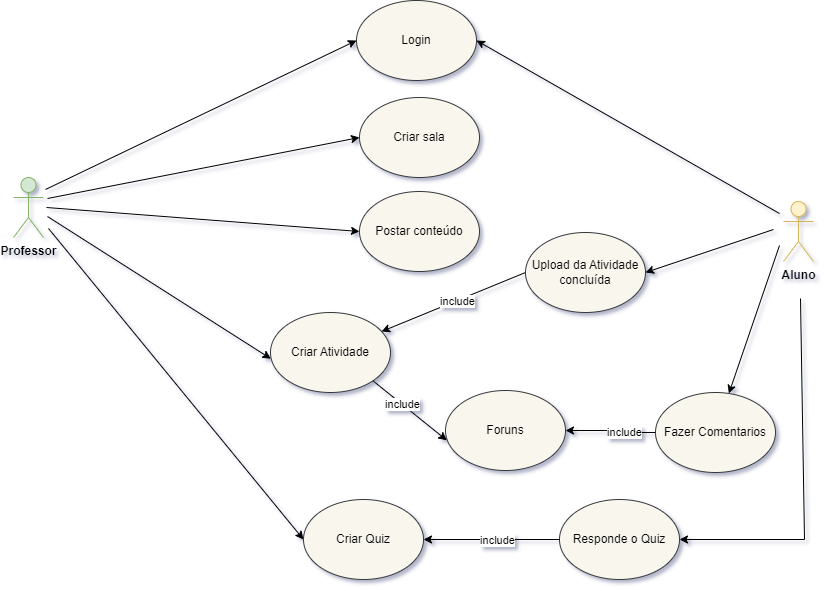
This is doc/diagramas/casos-de-uso/user-case.drawio.png from Alicia-Miranda/MasterClass, a draw.io export, as it was before one commit. Source tidied: cells renumbered, new cells last; positions are measured from the earlier drawing's top-left corner, leaving out a move shared by most shapes.
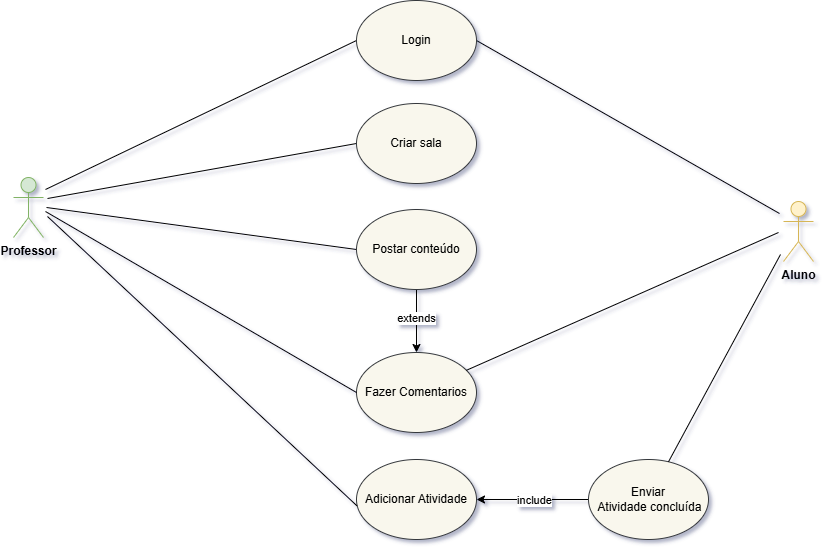
After the change.

The edit, as a diff of the source:
```diff
@@ -2,110 +2,84 @@
   <root>
     <mxCell id="0" />
     <mxCell id="1" parent="0" />
-    <mxCell id="2" style="rounded=0;jettySize=auto;html=1;entryX=0;entryY=0.5;entryDx=0;entryDy=0;textShadow=0;" parent="1" edge="1" target="9">
-      <mxGeometry relative="1" as="geometry">
-        <mxPoint x="32" y="189" as="sourcePoint" />
-      </mxGeometry>
+    <mxCell id="2" style="group;" parent="1" vertex="1">
+      <mxGeometry x="1185" y="814" width="800" height="539" as="geometry" />
     </mxCell>
-    <mxCell id="3" style="rounded=0;jettySize=auto;html=1;entryX=0;entryY=0.5;entryDx=0;entryDy=0;textShadow=0;" parent="1" edge="1" target="10">
+    <mxCell id="3" style="rounded=0;jettySize=auto;html=1;entryX=0;entryY=0.5;entryDx=0;entryDy=0;textShadow=0;endArrow=none;endFill=0;" parent="2" edge="1" target="9">
       <mxGeometry relative="1" as="geometry">
-        <mxPoint x="34" y="198" as="sourcePoint" />
+        <mxPoint x="32" y="189" as="sourcePoint" />
       </mxGeometry>
     </mxCell>
-    <mxCell id="4" style="rounded=0;jettySize=auto;html=1;entryX=0;entryY=0.5;entryDx=0;entryDy=0;textShadow=0;" parent="1" edge="1" target="11">
+    <mxCell id="4" style="rounded=0;jettySize=auto;html=1;entryX=0;entryY=0.5;entryDx=0;entryDy=0;textShadow=0;endArrow=none;endFill=0;" parent="2" edge="1" target="10">
       <mxGeometry relative="1" as="geometry">
-        <mxPoint x="33" y="207" as="sourcePoint" />
+        <mxPoint x="34" y="198" as="sourcePoint" />
       </mxGeometry>
     </mxCell>
-    <mxCell id="5" style="rounded=0;jettySize=auto;html=1;entryX=0;entryY=0.5;entryDx=0;entryDy=0;textShadow=0;" parent="1" edge="1" target="17">
+    <mxCell id="5" style="rounded=0;jettySize=auto;html=1;entryX=0;entryY=0.5;entryDx=0;entryDy=0;textShadow=0;endArrow=none;endFill=0;" parent="2" edge="1" target="13">
       <mxGeometry relative="1" as="geometry">
-        <mxPoint x="35" y="228" as="sourcePoint" />
+        <mxPoint x="33" y="207" as="sourcePoint" />
       </mxGeometry>
     </mxCell>
-    <mxCell id="6" value="&lt;b&gt;Professor&lt;/b&gt;" style="shape=umlActor;verticalLabelPosition=bottom;verticalAlign=top;html=1;fillColor=#d5e8d4;strokeColor=#82b366;textShadow=0;" parent="1" vertex="1">
+    <mxCell id="6" value="&lt;b&gt;Professor&lt;/b&gt;" style="shape=umlActor;verticalLabelPosition=bottom;verticalAlign=top;html=1;fillColor=#d5e8d4;strokeColor=#82b366;textShadow=0;" parent="2" vertex="1">
       <mxGeometry y="177" width="30" height="60" as="geometry" />
     </mxCell>
-    <mxCell id="7" style="rounded=0;jettySize=auto;html=1;entryX=1;entryY=0.5;entryDx=0;entryDy=0;textShadow=0;" parent="1" edge="1" target="9">
+    <mxCell id="7" style="rounded=0;jettySize=auto;html=1;entryX=1;entryY=0.5;entryDx=0;entryDy=0;textShadow=0;endArrow=none;endFill=0;" parent="2" edge="1" target="9">
       <mxGeometry relative="1" as="geometry">
         <mxPoint x="766" y="213" as="sourcePoint" />
       </mxGeometry>
     </mxCell>
-    <mxCell id="8" value="&lt;b&gt;Aluno&lt;/b&gt;" style="shape=umlActor;verticalLabelPosition=bottom;verticalAlign=top;html=1;fillColor=#fff2cc;strokeColor=#d6b656;textShadow=0;" parent="1" vertex="1">
+    <mxCell id="8" value="&lt;b&gt;Aluno&lt;/b&gt;" style="shape=umlActor;verticalLabelPosition=bottom;verticalAlign=top;html=1;fillColor=#fff2cc;strokeColor=#d6b656;textShadow=0;" parent="2" vertex="1">
       <mxGeometry x="770" y="201" width="30" height="60" as="geometry" />
     </mxCell>
-    <mxCell id="9" value="Login" style="ellipse;whiteSpace=wrap;html=1;textShadow=0;fillColor=#f9f7ed;strokeColor=#36393d;" parent="1" vertex="1">
+    <mxCell id="9" value="Login" style="ellipse;whiteSpace=wrap;html=1;textShadow=0;fillColor=#f9f7ed;strokeColor=#36393d;" parent="2" vertex="1">
       <mxGeometry x="343" width="120" height="80" as="geometry" />
     </mxCell>
-    <mxCell id="10" value="Criar sala" style="ellipse;whiteSpace=wrap;html=1;textShadow=0;fillColor=#f9f7ed;strokeColor=#36393d;" parent="1" vertex="1">
-      <mxGeometry x="346" y="97" width="120" height="80" as="geometry" />
+    <mxCell id="10" value="Criar sala" style="ellipse;whiteSpace=wrap;html=1;textShadow=0;fillColor=#f9f7ed;strokeColor=#36393d;" parent="2" vertex="1">
+      <mxGeometry x="343" y="103" width="120" height="80" as="geometry" />
     </mxCell>
-    <mxCell id="11" value="Postar conteúdo" style="ellipse;whiteSpace=wrap;html=1;textShadow=0;fillColor=#f9f7ed;strokeColor=#36393d;" parent="1" vertex="1">
-      <mxGeometry x="346" y="191" width="120" height="80" as="geometry" />
+    <mxCell id="11" style="edgeStyle=orthogonalEdgeStyle;rounded=0;jettySize=auto;html=1;" parent="2" edge="1" source="13" target="15">
+      <mxGeometry relative="1" as="geometry" />
     </mxCell>
-    <mxCell id="12" value="Criar Atividade" style="ellipse;whiteSpace=wrap;html=1;textShadow=0;fillColor=#f9f7ed;strokeColor=#36393d;" parent="1" vertex="1">
-      <mxGeometry x="257" y="312" width="120" height="80" as="geometry" />
+    <mxCell id="12" value="extends" style="edgeLabel;html=1;align=center;verticalAlign=middle;points=[];" parent="11" vertex="1">
+      <mxGeometry x="-0.11" y="-1" relative="1" as="geometry" />
     </mxCell>
-    <mxCell id="13" style="edgeStyle=orthogonalEdgeStyle;rounded=0;jettySize=auto;html=1;textShadow=0;exitX=0;exitY=0.5;exitDx=0;exitDy=0;entryX=1;entryY=0.5;entryDx=0;entryDy=0;" parent="1" edge="1" source="16" target="15">
-      <mxGeometry relative="1" as="geometry" />
+    <mxCell id="13" value="Postar conteúdo" style="ellipse;whiteSpace=wrap;html=1;textShadow=0;fillColor=#f9f7ed;strokeColor=#36393d;" parent="2" vertex="1">
+      <mxGeometry x="343" y="209" width="120" height="80" as="geometry" />
     </mxCell>
-    <mxCell id="14" value="include" style="edgeLabel;html=1;align=center;verticalAlign=middle;points=[];textShadow=0;" parent="13" vertex="1">
-      <mxGeometry x="-0.31" y="-1" relative="1" as="geometry" />
+    <mxCell id="14" value="Adicionar Atividade" style="ellipse;whiteSpace=wrap;html=1;textShadow=0;fillColor=#f9f7ed;strokeColor=#36393d;" parent="2" vertex="1">
+      <mxGeometry x="343" y="459" width="120" height="80" as="geometry" />
     </mxCell>
-    <mxCell id="15" value="Foruns" style="ellipse;whiteSpace=wrap;html=1;textShadow=0;fillColor=#f9f7ed;strokeColor=#36393d;" parent="1" vertex="1">
-      <mxGeometry x="432" y="390" width="120" height="80" as="geometry" />
+    <mxCell id="15" value="Fazer Comentarios" style="ellipse;whiteSpace=wrap;html=1;textShadow=0;fillColor=#f9f7ed;strokeColor=#36393d;" parent="2" vertex="1">
+      <mxGeometry x="343" y="352" width="120" height="80" as="geometry" />
     </mxCell>
-    <mxCell id="16" value="Fazer Comentarios" style="ellipse;whiteSpace=wrap;html=1;textShadow=0;fillColor=#f9f7ed;strokeColor=#36393d;" parent="1" vertex="1">
-      <mxGeometry x="642" y="392" width="120" height="80" as="geometry" />
+    <mxCell id="16" style="rounded=0;jettySize=auto;html=1;entryX=0.003;entryY=0.578;entryDx=0;entryDy=0;entryPerimeter=0;textShadow=0;endArrow=none;endFill=0;" parent="2" edge="1" target="14">
+      <mxGeometry relative="1" as="geometry">
+        <mxPoint x="34" y="216" as="sourcePoint" />
+      </mxGeometry>
     </mxCell>
-    <mxCell id="17" value="Criar Quiz" style="ellipse;whiteSpace=wrap;html=1;textShadow=0;fillColor=#f9f7ed;strokeColor=#36393d;" parent="1" vertex="1">
-      <mxGeometry x="290" y="499" width="120" height="80" as="geometry" />
+    <mxCell id="17" style="rounded=0;jettySize=auto;html=1;textShadow=0;endArrow=none;endFill=0;" parent="2" edge="1" target="15">
+      <mxGeometry relative="1" as="geometry">
+        <mxPoint x="765" y="232" as="sourcePoint" />
+      </mxGeometry>
     </mxCell>
-    <mxCell id="18" style="rounded=0;jettySize=auto;html=1;exitX=1;exitY=1;exitDx=0;exitDy=0;entryX=0.011;entryY=0.623;entryDx=0;entryDy=0;entryPerimeter=0;textShadow=0;" parent="1" edge="1" source="12" target="15">
+    <mxCell id="18" style="rounded=0;jettySize=auto;html=1;exitX=0;exitY=0.5;exitDx=0;exitDy=0;" parent="2" edge="1" source="20" target="14">
       <mxGeometry relative="1" as="geometry" />
     </mxCell>
-    <mxCell id="19" value="include" style="edgeLabel;html=1;align=center;verticalAlign=middle;textShadow=0;" parent="18" vertex="1">
-      <mxGeometry x="-0.21" relative="1" as="geometry" />
+    <mxCell id="19" value="include" style="edgeLabel;html=1;align=center;verticalAlign=middle;" parent="18" vertex="1">
+      <mxGeometry x="-0.03" relative="1" as="geometry" />
     </mxCell>
-    <mxCell id="20" style="rounded=0;jettySize=auto;html=1;entryX=0.003;entryY=0.578;entryDx=0;entryDy=0;entryPerimeter=0;textShadow=0;" parent="1" edge="1" target="12">
-      <mxGeometry relative="1" as="geometry">
-        <mxPoint x="34" y="216" as="sourcePoint" />
-      </mxGeometry>
+    <mxCell id="20" value="Enviar&lt;div&gt;&amp;nbsp;Atividade concluída&lt;/div&gt;" style="ellipse;whiteSpace=wrap;html=1;fillColor=#f9f7ed;strokeColor=#36393d;" parent="2" vertex="1">
+      <mxGeometry x="575" y="459" width="120" height="80" as="geometry" />
     </mxCell>
-    <mxCell id="21" style="rounded=0;jettySize=auto;html=1;textShadow=0;" parent="1" edge="1" target="16">
+    <mxCell id="21" style="endArrow=none;html=1;rounded=0;endFill=0;" parent="2" edge="1" target="20">
       <mxGeometry relative="1" as="geometry">
-        <mxPoint x="766" y="245" as="sourcePoint" />
+        <mxPoint x="767" y="254" as="sourcePoint" />
       </mxGeometry>
     </mxCell>
-    <mxCell id="22" style="rounded=0;jettySize=auto;html=1;exitX=0;exitY=0.5;exitDx=0;exitDy=0;" parent="1" edge="1" source="24" target="12">
-      <mxGeometry relative="1" as="geometry" />
+    <mxCell id="22" style="endArrow=none;html=1;rounded=0;entryX=0;entryY=0.5;entryDx=0;entryDy=0;endFill=0;" parent="2" edge="1" target="15">
+      <mxGeometry relative="1" as="geometry">
+        <mxPoint x="32" y="211" as="sourcePoint" />
+      </mxGeometry>
     </mxCell>
-    <mxCell id="23" value="include" style="edgeLabel;html=1;align=center;verticalAlign=middle;" parent="22" vertex="1">
-      <mxGeometry x="-0.03" relative="1" as="geometry" />
-    </mxCell>
-    <mxCell id="24" value="Upload da Atividade concluída" style="ellipse;whiteSpace=wrap;html=1;fillColor=#f9f7ed;strokeColor=#36393d;" parent="1" vertex="1">
-      <mxGeometry x="512" y="232" width="120" height="80" as="geometry" />
-    </mxCell>
-    <mxCell id="25" style="endArrow=classic;html=1;rounded=0;entryX=1;entryY=0.5;entryDx=0;entryDy=0;" parent="1" edge="1" target="24">
-      <mxGeometry relative="1" as="geometry">
-        <mxPoint x="760" y="229" as="sourcePoint" />
-      </mxGeometry>
-    </mxCell>
-    <mxCell id="26" value="Responde o Quiz" style="ellipse;whiteSpace=wrap;html=1;fillColor=#f9f7ed;strokeColor=#36393d;" parent="1" vertex="1">
-      <mxGeometry x="546" y="499" width="120" height="80" as="geometry" />
-    </mxCell>
-    <mxCell id="27" style="endArrow=classic;html=1;rounded=0;entryX=1;entryY=0.5;entryDx=0;entryDy=0;" parent="1" edge="1" target="26">
-      <mxGeometry relative="1" as="geometry">
-        <mxPoint x="787" y="298" as="sourcePoint" />
-        <Array as="points">
-          <mxPoint x="791" y="539" />
-        </Array>
-      </mxGeometry>
-    </mxCell>
-    <mxCell id="28" style="endArrow=classic;html=1;rounded=0;entryX=1;entryY=0.5;entryDx=0;entryDy=0;exitX=0;exitY=0.5;exitDx=0;exitDy=0;" parent="1" edge="1" source="26" target="17">
-      <mxGeometry relative="1" as="geometry" />
-    </mxCell>
-    <mxCell id="29" value="include" style="edgeLabel;html=1;align=center;verticalAlign=middle;" parent="28" vertex="1">
-      <mxGeometry x="-0.07" relative="1" as="geometry" />
-    </mxCell>
   </root>
 </mxGraphModel>
```
